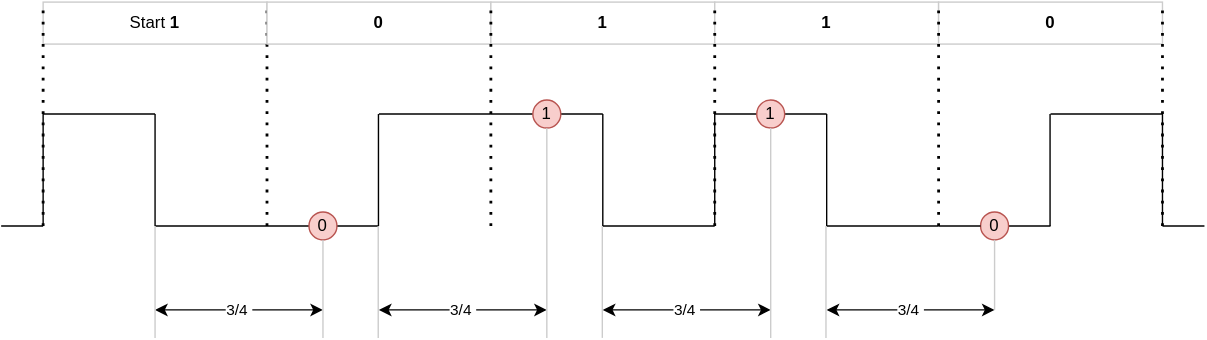
The draw.io diagram docs/light/dali/decoding.svg in atitoff/CSH4, before a commit. Source tidied: cells renumbered, new cells last; positions are measured from the earlier drawing's top-left corner, leaving out a move shared by most shapes. The source it was exported from:
```xml
<mxGraphModel>
  <root>
    <mxCell id="0" />
    <mxCell id="1" parent="0" />
    <mxCell id="2" value="Start &lt;b&gt;1&lt;/b&gt;" style="rounded=0;whiteSpace=wrap;html=1;strokeColor=#CCCCCC;" parent="1" vertex="1">
      <mxGeometry x="30" width="160" height="30" as="geometry" />
    </mxCell>
    <mxCell id="3" style="endArrow=none;html=1;" parent="1" edge="1">
      <mxGeometry relative="1" as="geometry">
        <mxPoint y="160" as="sourcePoint" />
        <mxPoint x="30" y="160" as="targetPoint" />
      </mxGeometry>
    </mxCell>
    <mxCell id="4" style="group;" parent="1" vertex="1">
      <mxGeometry x="30" y="50" width="160" height="110" as="geometry" />
    </mxCell>
    <mxCell id="5" style="endArrow=none;html=1;" parent="4" edge="1">
      <mxGeometry relative="1" as="geometry">
        <mxPoint y="110" as="sourcePoint" />
        <mxPoint y="30" as="targetPoint" />
      </mxGeometry>
    </mxCell>
    <mxCell id="6" style="endArrow=none;html=1;" parent="4" edge="1">
      <mxGeometry relative="1" as="geometry">
        <mxPoint y="30" as="sourcePoint" />
        <mxPoint x="80" y="30" as="targetPoint" />
      </mxGeometry>
    </mxCell>
    <mxCell id="7" style="endArrow=none;html=1;" parent="4" edge="1">
      <mxGeometry relative="1" as="geometry">
        <mxPoint x="80" y="110" as="sourcePoint" />
        <mxPoint x="80" y="30" as="targetPoint" />
      </mxGeometry>
    </mxCell>
    <mxCell id="8" style="endArrow=none;html=1;" parent="4" edge="1">
      <mxGeometry relative="1" as="geometry">
        <mxPoint x="80" y="110" as="sourcePoint" />
        <mxPoint x="160" y="110" as="targetPoint" />
      </mxGeometry>
    </mxCell>
    <mxCell id="9" style="group;" parent="1" vertex="1">
      <mxGeometry x="190" y="50.7" width="160" height="109.3" as="geometry" />
    </mxCell>
    <mxCell id="10" style="endArrow=none;html=1;" parent="9" edge="1">
      <mxGeometry relative="1" as="geometry">
        <mxPoint x="79.7" y="109.3" as="sourcePoint" />
        <mxPoint x="79.7" y="29.3" as="targetPoint" />
      </mxGeometry>
    </mxCell>
    <mxCell id="11" style="endArrow=none;html=1;" parent="9" edge="1">
      <mxGeometry relative="1" as="geometry">
        <mxPoint y="109.3" as="sourcePoint" />
        <mxPoint x="80" y="109.3" as="targetPoint" />
      </mxGeometry>
    </mxCell>
    <mxCell id="12" style="endArrow=none;html=1;" parent="9" edge="1">
      <mxGeometry relative="1" as="geometry">
        <mxPoint x="80" y="29.3" as="sourcePoint" />
        <mxPoint x="160" y="29.3" as="targetPoint" />
      </mxGeometry>
    </mxCell>
    <mxCell id="13" style="endArrow=none;dashed=1;html=1;dashPattern=1 3;strokeWidth=2;" parent="9" edge="1">
      <mxGeometry relative="1" as="geometry">
        <mxPoint y="109.3" as="sourcePoint" />
        <mxPoint y="-50.7" as="targetPoint" />
      </mxGeometry>
    </mxCell>
    <mxCell id="14" style="group;" parent="1" vertex="1">
      <mxGeometry x="350" y="50" width="160" height="110" as="geometry" />
    </mxCell>
    <mxCell id="15" style="endArrow=none;html=1;" parent="14" edge="1">
      <mxGeometry relative="1" as="geometry">
        <mxPoint y="30" as="sourcePoint" />
        <mxPoint x="80" y="30" as="targetPoint" />
      </mxGeometry>
    </mxCell>
    <mxCell id="16" style="endArrow=none;html=1;" parent="14" edge="1">
      <mxGeometry relative="1" as="geometry">
        <mxPoint x="80" y="110" as="sourcePoint" />
        <mxPoint x="80" y="30" as="targetPoint" />
      </mxGeometry>
    </mxCell>
    <mxCell id="17" style="endArrow=none;html=1;" parent="14" edge="1">
      <mxGeometry relative="1" as="geometry">
        <mxPoint x="80" y="110" as="sourcePoint" />
        <mxPoint x="160" y="110" as="targetPoint" />
      </mxGeometry>
    </mxCell>
    <mxCell id="18" value="1" style="ellipse;whiteSpace=wrap;html=1;fillColor=#f8cecc;strokeColor=#b85450;" parent="14" vertex="1">
      <mxGeometry x="30" y="20" width="20" height="20" as="geometry" />
    </mxCell>
    <mxCell id="19" style="group;" parent="1" vertex="1">
      <mxGeometry x="510" y="50" width="160" height="110" as="geometry" />
    </mxCell>
    <mxCell id="20" style="endArrow=none;html=1;" parent="19" edge="1">
      <mxGeometry relative="1" as="geometry">
        <mxPoint y="110" as="sourcePoint" />
        <mxPoint y="30" as="targetPoint" />
      </mxGeometry>
    </mxCell>
    <mxCell id="21" style="endArrow=none;html=1;" parent="19" edge="1">
      <mxGeometry relative="1" as="geometry">
        <mxPoint y="30" as="sourcePoint" />
        <mxPoint x="80" y="30" as="targetPoint" />
      </mxGeometry>
    </mxCell>
    <mxCell id="22" style="endArrow=none;html=1;" parent="19" edge="1">
      <mxGeometry relative="1" as="geometry">
        <mxPoint x="80" y="110" as="sourcePoint" />
        <mxPoint x="80" y="30" as="targetPoint" />
      </mxGeometry>
    </mxCell>
    <mxCell id="23" style="endArrow=none;html=1;" parent="19" edge="1">
      <mxGeometry relative="1" as="geometry">
        <mxPoint x="80" y="110" as="sourcePoint" />
        <mxPoint x="160" y="110" as="targetPoint" />
      </mxGeometry>
    </mxCell>
    <mxCell id="24" value="1" style="ellipse;whiteSpace=wrap;html=1;fillColor=#f8cecc;strokeColor=#b85450;" parent="19" vertex="1">
      <mxGeometry x="30" y="20" width="20" height="20" as="geometry" />
    </mxCell>
    <mxCell id="25" style="group;" parent="1" vertex="1">
      <mxGeometry x="670" y="50.7" width="160" height="119.3" as="geometry" />
    </mxCell>
    <mxCell id="26" style="endArrow=none;html=1;" parent="25" edge="1">
      <mxGeometry relative="1" as="geometry">
        <mxPoint x="79.7" y="109.3" as="sourcePoint" />
        <mxPoint x="79.7" y="29.3" as="targetPoint" />
      </mxGeometry>
    </mxCell>
    <mxCell id="27" style="endArrow=none;html=1;" parent="25" edge="1" source="30">
      <mxGeometry relative="1" as="geometry">
        <mxPoint x="80" y="109.3" as="targetPoint" />
      </mxGeometry>
    </mxCell>
    <mxCell id="28" style="endArrow=none;html=1;" parent="25" edge="1">
      <mxGeometry relative="1" as="geometry">
        <mxPoint x="160" y="109.3" as="sourcePoint" />
        <mxPoint x="160" y="29.3" as="targetPoint" />
      </mxGeometry>
    </mxCell>
    <mxCell id="29" style="endArrow=none;html=1;" parent="25" edge="1">
      <mxGeometry relative="1" as="geometry">
        <mxPoint x="80" y="29.3" as="sourcePoint" />
        <mxPoint x="160" y="29.3" as="targetPoint" />
      </mxGeometry>
    </mxCell>
    <mxCell id="30" value="0" style="ellipse;whiteSpace=wrap;html=1;fillColor=#f8cecc;strokeColor=#b85450;" parent="25" vertex="1">
      <mxGeometry x="30" y="99.3" width="20" height="20" as="geometry" />
    </mxCell>
    <mxCell id="31" style="endArrow=none;html=1;" parent="1" edge="1">
      <mxGeometry relative="1" as="geometry">
        <mxPoint x="830" y="160" as="sourcePoint" />
        <mxPoint x="860" y="160" as="targetPoint" />
      </mxGeometry>
    </mxCell>
    <mxCell id="32" style="endArrow=none;dashed=1;html=1;dashPattern=1 3;strokeWidth=2;" parent="1" edge="1">
      <mxGeometry relative="1" as="geometry">
        <mxPoint x="30" y="160" as="sourcePoint" />
        <mxPoint x="30" as="targetPoint" />
      </mxGeometry>
    </mxCell>
    <mxCell id="33" value="3/4&amp;nbsp;" style="endArrow=classic;startArrow=classic;html=1;" parent="1" edge="1">
      <mxGeometry relative="1" as="geometry">
        <mxPoint x="110" y="220" as="sourcePoint" />
        <mxPoint x="230" y="220" as="targetPoint" />
      </mxGeometry>
    </mxCell>
    <mxCell id="34" value="3/4&amp;nbsp;" style="endArrow=classic;startArrow=classic;html=1;" parent="1" edge="1">
      <mxGeometry relative="1" as="geometry">
        <mxPoint x="270" y="220" as="sourcePoint" />
        <mxPoint x="390" y="220" as="targetPoint" />
      </mxGeometry>
    </mxCell>
    <mxCell id="35" value="3/4&amp;nbsp;" style="endArrow=classic;startArrow=classic;html=1;" parent="1" edge="1">
      <mxGeometry relative="1" as="geometry">
        <mxPoint x="430" y="220" as="sourcePoint" />
        <mxPoint x="550" y="220" as="targetPoint" />
      </mxGeometry>
    </mxCell>
    <mxCell id="36" value="0" style="ellipse;whiteSpace=wrap;html=1;fillColor=#f8cecc;strokeColor=#b85450;" parent="1" vertex="1">
      <mxGeometry x="220" y="150" width="20" height="20" as="geometry" />
    </mxCell>
    <mxCell id="37" value="3/4&amp;nbsp;" style="endArrow=classic;startArrow=classic;html=1;" parent="1" edge="1">
      <mxGeometry relative="1" as="geometry">
        <mxPoint x="590" y="220" as="sourcePoint" />
        <mxPoint x="710" y="220" as="targetPoint" />
      </mxGeometry>
    </mxCell>
    <mxCell id="38" style="endArrow=none;html=1;" parent="1" edge="1">
      <mxGeometry relative="1" as="geometry">
        <mxPoint x="670" y="160" as="sourcePoint" />
        <mxPoint x="700" y="160" as="targetPoint" />
      </mxGeometry>
    </mxCell>
    <mxCell id="39" value="0" style="rounded=0;whiteSpace=wrap;html=1;strokeColor=#CCCCCC;fontStyle=1;" parent="1" vertex="1">
      <mxGeometry x="190" width="160" height="30" as="geometry" />
    </mxCell>
    <mxCell id="40" value="1" style="rounded=0;whiteSpace=wrap;html=1;strokeColor=#CCCCCC;fontStyle=1;" parent="1" vertex="1">
      <mxGeometry x="350" width="160" height="30" as="geometry" />
    </mxCell>
    <mxCell id="41" value="1" style="rounded=0;whiteSpace=wrap;html=1;strokeColor=#CCCCCC;fontStyle=1;" parent="1" vertex="1">
      <mxGeometry x="510" width="160" height="30" as="geometry" />
    </mxCell>
    <mxCell id="42" value="0" style="rounded=0;whiteSpace=wrap;html=1;strokeColor=#CCCCCC;fontStyle=1;" parent="1" vertex="1">
      <mxGeometry x="670" width="160" height="30" as="geometry" />
    </mxCell>
    <mxCell id="43" style="endArrow=none;dashed=1;html=1;dashPattern=1 3;strokeWidth=2;" parent="1" edge="1">
      <mxGeometry relative="1" as="geometry">
        <mxPoint x="350" y="160" as="sourcePoint" />
        <mxPoint x="350" as="targetPoint" />
      </mxGeometry>
    </mxCell>
    <mxCell id="44" style="endArrow=none;dashed=1;html=1;dashPattern=1 3;strokeWidth=2;" parent="1" edge="1">
      <mxGeometry relative="1" as="geometry">
        <mxPoint x="510" y="160" as="sourcePoint" />
        <mxPoint x="510" as="targetPoint" />
      </mxGeometry>
    </mxCell>
    <mxCell id="45" style="endArrow=none;dashed=1;html=1;dashPattern=1 3;strokeWidth=2;" parent="1" edge="1">
      <mxGeometry relative="1" as="geometry">
        <mxPoint x="670" y="160" as="sourcePoint" />
        <mxPoint x="670" as="targetPoint" />
      </mxGeometry>
    </mxCell>
    <mxCell id="46" style="endArrow=none;dashed=1;html=1;dashPattern=1 3;strokeWidth=2;" parent="1" edge="1">
      <mxGeometry relative="1" as="geometry">
        <mxPoint x="830" y="160" as="sourcePoint" />
        <mxPoint x="830" as="targetPoint" />
      </mxGeometry>
    </mxCell>
    <mxCell id="47" style="endArrow=none;html=1;strokeColor=#CCCCCC;" parent="1" edge="1">
      <mxGeometry relative="1" as="geometry">
        <mxPoint x="110" y="240" as="sourcePoint" />
        <mxPoint x="110" y="160" as="targetPoint" />
      </mxGeometry>
    </mxCell>
    <mxCell id="48" style="endArrow=none;html=1;strokeColor=#CCCCCC;entryX=0.5;entryY=1;entryDx=0;entryDy=0;" parent="1" edge="1" target="36">
      <mxGeometry relative="1" as="geometry">
        <mxPoint x="230" y="240" as="sourcePoint" />
      </mxGeometry>
    </mxCell>
    <mxCell id="49" style="endArrow=none;html=1;strokeColor=#CCCCCC;" parent="1" edge="1">
      <mxGeometry relative="1" as="geometry">
        <mxPoint x="269.5" y="240" as="sourcePoint" />
        <mxPoint x="269.5" y="160" as="targetPoint" />
      </mxGeometry>
    </mxCell>
    <mxCell id="50" style="endArrow=none;html=1;strokeColor=#CCCCCC;entryX=0.5;entryY=1;entryDx=0;entryDy=0;" parent="1" edge="1" target="18">
      <mxGeometry relative="1" as="geometry">
        <mxPoint x="390" y="240" as="sourcePoint" />
      </mxGeometry>
    </mxCell>
    <mxCell id="51" style="endArrow=none;html=1;strokeColor=#CCCCCC;" parent="1" edge="1">
      <mxGeometry relative="1" as="geometry">
        <mxPoint x="429.7" y="240" as="sourcePoint" />
        <mxPoint x="429.7" y="160" as="targetPoint" />
      </mxGeometry>
    </mxCell>
    <mxCell id="52" style="endArrow=none;html=1;strokeColor=#CCCCCC;entryX=0.5;entryY=1;entryDx=0;entryDy=0;" parent="1" edge="1" target="24">
      <mxGeometry relative="1" as="geometry">
        <mxPoint x="550" y="240" as="sourcePoint" />
      </mxGeometry>
    </mxCell>
    <mxCell id="53" style="endArrow=none;html=1;strokeColor=#CCCCCC;" parent="1" edge="1">
      <mxGeometry relative="1" as="geometry">
        <mxPoint x="589.5" y="240" as="sourcePoint" />
        <mxPoint x="589.5" y="160" as="targetPoint" />
      </mxGeometry>
    </mxCell>
    <mxCell id="54" style="endArrow=none;html=1;strokeColor=#CCCCCC;entryX=0.5;entryY=1;entryDx=0;entryDy=0;" parent="1" edge="1" target="30">
      <mxGeometry relative="1" as="geometry">
        <mxPoint x="710" y="220" as="sourcePoint" />
      </mxGeometry>
    </mxCell>
  </root>
</mxGraphModel>
```
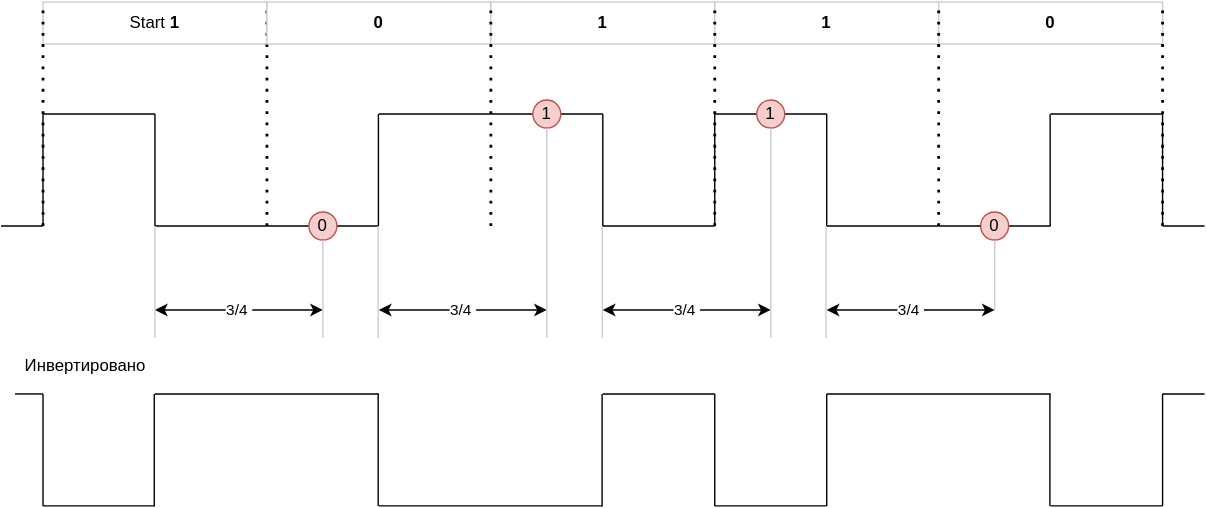
Later version of the same file.

Change to the diagram source:
```diff
@@ -273,5 +273,110 @@
         <mxPoint x="710" y="220" as="sourcePoint" />
       </mxGeometry>
     </mxCell>
+    <mxCell id="55" style="endArrow=none;html=1;" parent="1" edge="1">
+      <mxGeometry relative="1" as="geometry">
+        <mxPoint x="10" y="280" as="sourcePoint" />
+        <mxPoint x="30" y="280" as="targetPoint" />
+      </mxGeometry>
+    </mxCell>
+    <mxCell id="56" style="endArrow=none;html=1;" parent="1" edge="1">
+      <mxGeometry relative="1" as="geometry">
+        <mxPoint x="30" y="360" as="sourcePoint" />
+        <mxPoint x="30" y="280" as="targetPoint" />
+      </mxGeometry>
+    </mxCell>
+    <mxCell id="57" style="endArrow=none;html=1;" parent="1" edge="1">
+      <mxGeometry relative="1" as="geometry">
+        <mxPoint x="30" y="360" as="sourcePoint" />
+        <mxPoint x="110" y="360" as="targetPoint" />
+      </mxGeometry>
+    </mxCell>
+    <mxCell id="58" style="endArrow=none;html=1;" parent="1" edge="1">
+      <mxGeometry relative="1" as="geometry">
+        <mxPoint x="109.5" y="360" as="sourcePoint" />
+        <mxPoint x="109.5" y="280" as="targetPoint" />
+      </mxGeometry>
+    </mxCell>
+    <mxCell id="59" style="endArrow=none;html=1;" parent="1" edge="1">
+      <mxGeometry relative="1" as="geometry">
+        <mxPoint x="110" y="280" as="sourcePoint" />
+        <mxPoint x="270" y="280" as="targetPoint" />
+      </mxGeometry>
+    </mxCell>
+    <mxCell id="60" style="endArrow=none;html=1;" parent="1" edge="1">
+      <mxGeometry relative="1" as="geometry">
+        <mxPoint x="269.5" y="360" as="sourcePoint" />
+        <mxPoint x="269.5" y="280" as="targetPoint" />
+      </mxGeometry>
+    </mxCell>
+    <mxCell id="61" style="endArrow=none;html=1;" parent="1" edge="1">
+      <mxGeometry relative="1" as="geometry">
+        <mxPoint x="270" y="360" as="sourcePoint" />
+        <mxPoint x="430" y="360" as="targetPoint" />
+      </mxGeometry>
+    </mxCell>
+    <mxCell id="62" style="endArrow=none;html=1;" parent="1" edge="1">
+      <mxGeometry relative="1" as="geometry">
+        <mxPoint x="429.5" y="360" as="sourcePoint" />
+        <mxPoint x="429.5" y="280" as="targetPoint" />
+      </mxGeometry>
+    </mxCell>
+    <mxCell id="63" style="endArrow=none;html=1;" parent="1" edge="1">
+      <mxGeometry relative="1" as="geometry">
+        <mxPoint x="430" y="280" as="sourcePoint" />
+        <mxPoint x="510" y="280" as="targetPoint" />
+      </mxGeometry>
+    </mxCell>
+    <mxCell id="64" style="endArrow=none;html=1;" parent="1" edge="1">
+      <mxGeometry relative="1" as="geometry">
+        <mxPoint x="510" y="360" as="sourcePoint" />
+        <mxPoint x="510" y="280" as="targetPoint" />
+      </mxGeometry>
+    </mxCell>
+    <mxCell id="65" style="endArrow=none;html=1;" parent="1" edge="1">
+      <mxGeometry relative="1" as="geometry">
+        <mxPoint x="510" y="360" as="sourcePoint" />
+        <mxPoint x="590" y="360" as="targetPoint" />
+      </mxGeometry>
+    </mxCell>
+    <mxCell id="66" style="endArrow=none;html=1;" parent="1" edge="1">
+      <mxGeometry relative="1" as="geometry">
+        <mxPoint x="590" y="360" as="sourcePoint" />
+        <mxPoint x="590" y="280" as="targetPoint" />
+      </mxGeometry>
+    </mxCell>
+    <mxCell id="67" style="endArrow=none;html=1;" parent="1" edge="1">
+      <mxGeometry relative="1" as="geometry">
+        <mxPoint x="590" y="280" as="sourcePoint" />
+        <mxPoint x="750" y="280" as="targetPoint" />
+      </mxGeometry>
+    </mxCell>
+    <mxCell id="68" style="endArrow=none;html=1;" parent="1" edge="1">
+      <mxGeometry relative="1" as="geometry">
+        <mxPoint x="749.5" y="360" as="sourcePoint" />
+        <mxPoint x="749.5" y="280" as="targetPoint" />
+      </mxGeometry>
+    </mxCell>
+    <mxCell id="69" style="endArrow=none;html=1;" parent="1" edge="1">
+      <mxGeometry relative="1" as="geometry">
+        <mxPoint x="750" y="360" as="sourcePoint" />
+        <mxPoint x="830" y="360" as="targetPoint" />
+      </mxGeometry>
+    </mxCell>
+    <mxCell id="70" style="endArrow=none;html=1;" parent="1" edge="1">
+      <mxGeometry relative="1" as="geometry">
+        <mxPoint x="830" y="360" as="sourcePoint" />
+        <mxPoint x="830" y="280" as="targetPoint" />
+      </mxGeometry>
+    </mxCell>
+    <mxCell id="71" style="endArrow=none;html=1;" parent="1" edge="1">
+      <mxGeometry relative="1" as="geometry">
+        <mxPoint x="830" y="280" as="sourcePoint" />
+        <mxPoint x="860" y="280" as="targetPoint" />
+      </mxGeometry>
+    </mxCell>
+    <mxCell id="72" value="Инвертировано" style="text;html=1;align=center;verticalAlign=middle;" parent="1" vertex="1">
+      <mxGeometry x="10" y="250" width="100" height="20" as="geometry" />
+    </mxCell>
   </root>
 </mxGraphModel>
```
